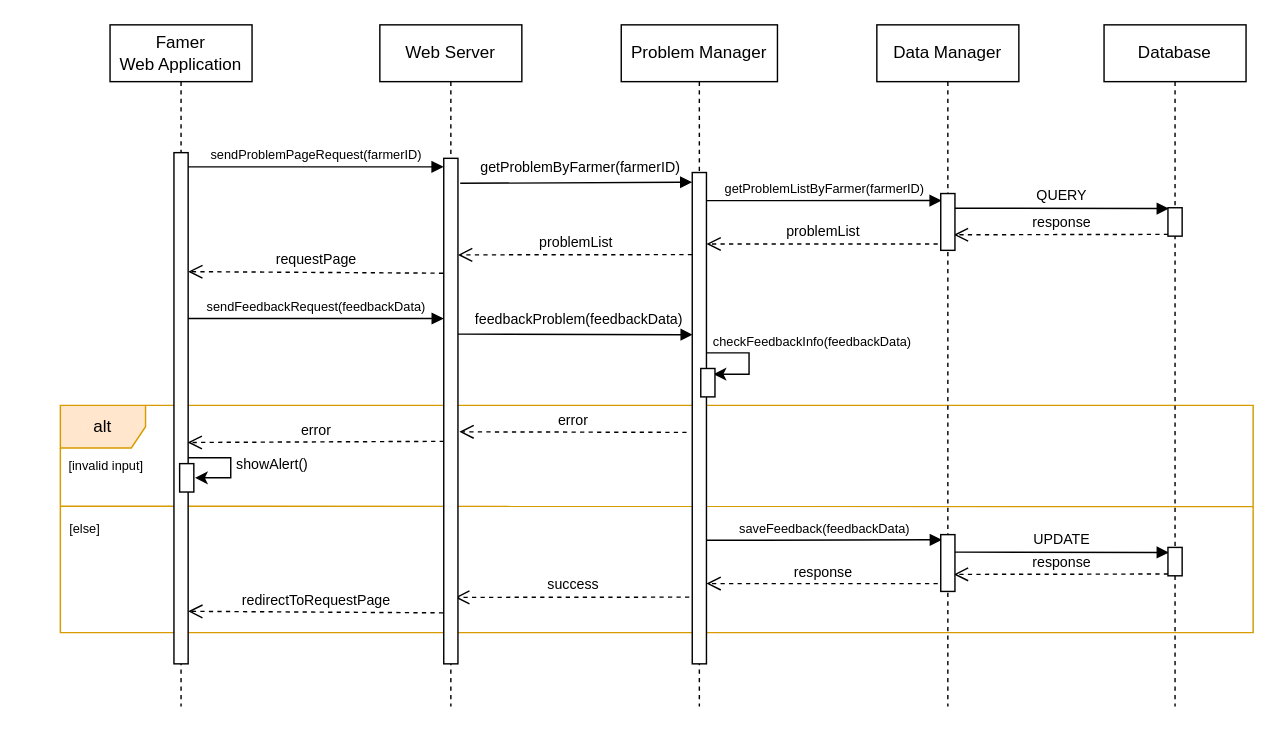
The draw.io diagram page "FM-feedback-UC11" (11 of 18) of DD/UML/Runtime.drawio in ictar/DREAM-SE2-Project-2022, before the edit. Source tidied: cells renumbered, new cells numbered last; positions are measured from the earlier drawing's top-left corner, leaving out a move shared by most shapes. Both pictures are drawn from the tidied source at 142%, with x=0, y=0 at pixel (24, 24).
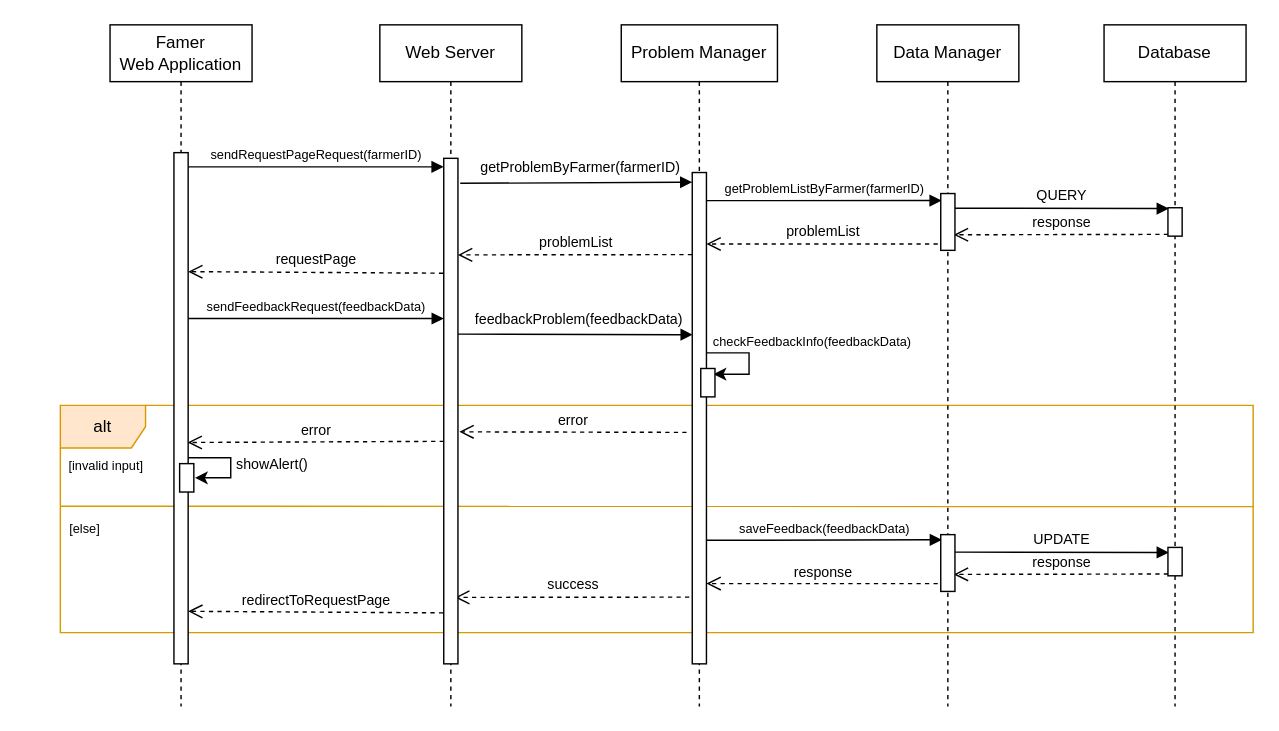
The same page after the edit.

The edit, as a diff of the source:
```diff
@@
-    <mxCell id="22" value="&lt;font style=&quot;font-size: 9px&quot;&gt;sendProblemPageRequest(farmerID)&lt;/font&gt;" style="html=1;verticalAlign=bottom;endArrow=block;rounded=0;entryX=-0.005;entryY=0.006;entryDx=0;entryDy=0;entryPerimeter=0;" parent="1" edge="1">
+    <mxCell id="22" value="&lt;font style=&quot;font-size: 9px&quot;&gt;sendRequestPageRequest(farmerID)&lt;/font&gt;" style="html=1;verticalAlign=bottom;endArrow=block;rounded=0;entryX=-0.005;entryY=0.006;entryDx=0;entryDy=0;entryPerimeter=0;" parent="1" edge="1">
       <mxGeometry relative="1" as="geometry">
         <mxPoint x="115" y="100" as="sourcePoint" />
         <mxPoint x="294.9" y="100" as="targetPoint" />
       </mxGeometry>
     </mxCell>
```
